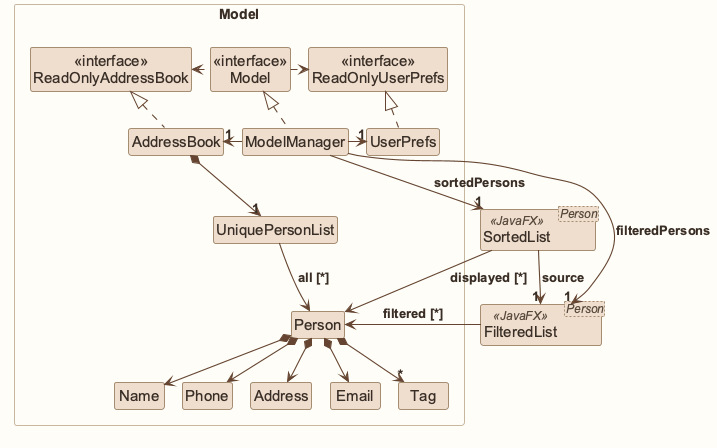
Before: docs/images/ModelClassDiagram.png, a diagram exported from PlantUML (AY2627S1-CS2103T-W12-1/tp).
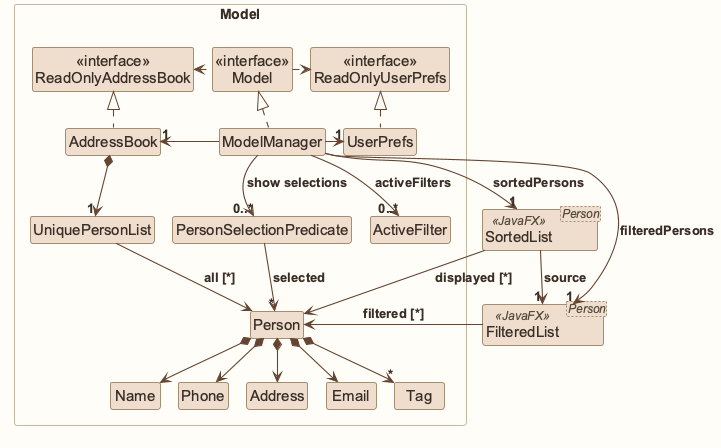
Later version of the same file.

Commit message:
Update DG UML for UI, filters, and show

Diff of the diagram source:
```diff
@@ -1,5 +1,4 @@
 @startuml
-!pragma layout smetana
 !include style.puml
 skinparam arrowThickness 1.1
 skinparam arrowColor MODEL_COLOR_T4
@@ -12,6 +11,8 @@
 Class AddressBook
 Class ModelManager
 Class UserPrefs
+Class ActiveFilter
+Class PersonSelectionPredicate
 
 Class UniquePersonList
 Class Person
@@ -34,6 +35,8 @@
 Model .left.> ReadOnlyAddressBook
 ModelManager -left-> "1" AddressBook
 ModelManager -right-> "1" UserPrefs
+ModelManager --> "0..*" ActiveFilter : activeFilters
+ModelManager --> "0..*" PersonSelectionPredicate : show selections
 UserPrefs .up.|> ReadOnlyUserPrefs
 
 AddressBook *--> "1" UniquePersonList
@@ -43,6 +46,7 @@
 Person *--> Email
 Person *--> Address
 Person *--> "*" Tag
+PersonSelectionPredicate --> "*" Person : selected
 
 
 Name -[hidden]right-> Phone
```
